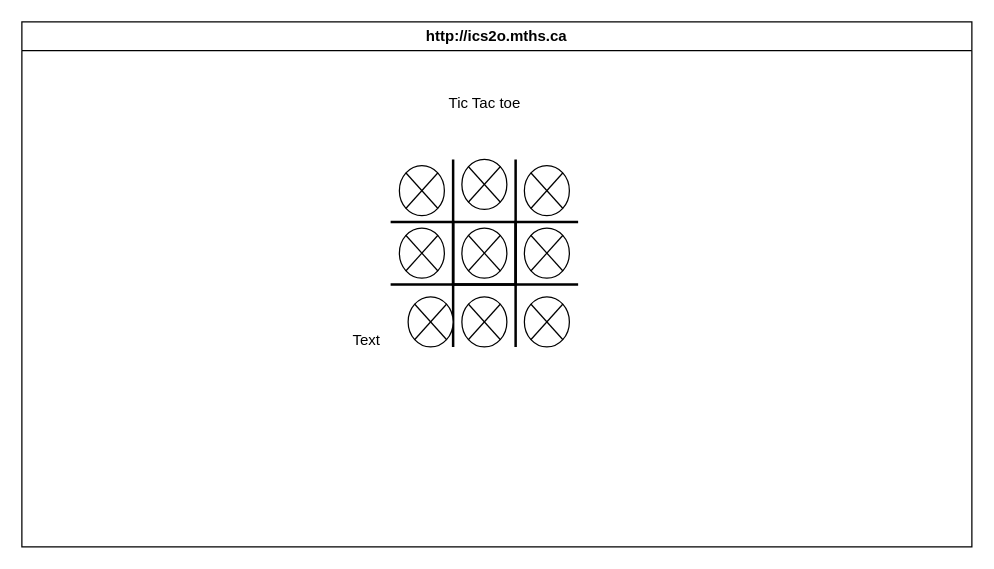
MTHS-ICS2O-2-2022/ICS2O-Final-Project-Group10 keeps this draw.io diagram as page "Page-1" (1 of 2) of design/storyboard.drawio. Above is the earlier version. Source tidied: cells renumbered, new cells numbered last; positions are measured from the earlier drawing's top-left corner, leaving out a move shared by most shapes. Both pictures are drawn from the tidied source at 125%, with x=0, y=0 at pixel (21, 21).
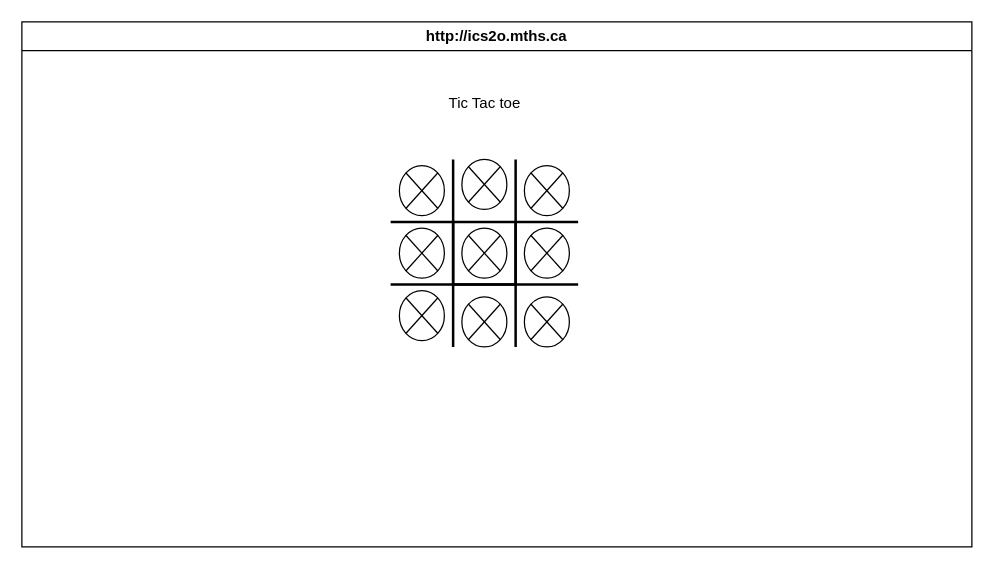
After the change.

Commit message (it also covers changes not shown here):
add flowchart and storyboard change flowchart and storyboard

What changed in the source:
```diff
@@
 <mxGraphModel>
   <root>
     <mxCell id="0" />
     <mxCell id="1" parent="0" />
     <mxCell id="2" value="http://ics2o.mths.ca" style="swimlane;whiteSpace=wrap;html=1;" parent="1" vertex="1">
       <mxGeometry width="760" height="420" as="geometry" />
     </mxCell>
     <mxCell id="3" style="strokeWidth=2;html=1;shape=mxgraph.flowchart.annotation_1;align=left;rotation=-90;" parent="2" vertex="1">
       <mxGeometry x="345" y="110" width="50" height="50" as="geometry" />
     </mxCell>
     <mxCell id="4" style="strokeWidth=2;html=1;shape=mxgraph.flowchart.annotation_1;align=left;rotation=-90;" parent="2" vertex="1">
       <mxGeometry x="345" y="160" width="50" height="50" as="geometry" />
     </mxCell>
     <mxCell id="5" style="strokeWidth=2;html=1;shape=mxgraph.flowchart.annotation_1;align=left;rotation=90;" parent="2" vertex="1">
       <mxGeometry x="345" y="210" width="50" height="50" as="geometry" />
     </mxCell>
     <mxCell id="6" style="strokeWidth=2;html=1;shape=mxgraph.flowchart.annotation_1;align=left;rotation=0;" parent="2" vertex="1">
       <mxGeometry x="395" y="160" width="50" height="50" as="geometry" />
     </mxCell>
     <mxCell id="7" style="strokeWidth=2;html=1;shape=mxgraph.flowchart.annotation_1;align=left;rotation=-180;" parent="2" vertex="1">
       <mxGeometry x="295" y="160" width="50" height="50" as="geometry" />
     </mxCell>
     <mxCell id="8" value="Tic Tac toe" style="text;html=1;align=center;verticalAlign=middle;strokeColor=none;fillColor=none;" parent="2" vertex="1">
       <mxGeometry x="330" y="50" width="80" height="30" as="geometry" />
     </mxCell>
     <mxCell id="9" style="verticalLabelPosition=bottom;verticalAlign=top;html=1;shape=mxgraph.flowchart.or;" parent="2" vertex="1">
       <mxGeometry x="352" y="220" width="36" height="40" as="geometry" />
     </mxCell>
     <mxCell id="10" style="verticalLabelPosition=bottom;verticalAlign=top;html=1;shape=mxgraph.flowchart.or;" parent="2" vertex="1">
       <mxGeometry x="402" y="220" width="36" height="40" as="geometry" />
     </mxCell>
     <mxCell id="11" style="verticalLabelPosition=bottom;verticalAlign=top;html=1;shape=mxgraph.flowchart.or;" parent="2" vertex="1">
-      <mxGeometry x="309" y="220" width="36" height="40" as="geometry" />
+      <mxGeometry x="302" y="215" width="36" height="40" as="geometry" />
     </mxCell>
     <mxCell id="12" style="verticalLabelPosition=bottom;verticalAlign=top;html=1;shape=mxgraph.flowchart.or;" parent="2" vertex="1">
       <mxGeometry x="402" y="165" width="36" height="40" as="geometry" />
     </mxCell>
     <mxCell id="13" style="verticalLabelPosition=bottom;verticalAlign=top;html=1;shape=mxgraph.flowchart.or;" parent="2" vertex="1">
       <mxGeometry x="352" y="165" width="36" height="40" as="geometry" />
     </mxCell>
     <mxCell id="14" style="verticalLabelPosition=bottom;verticalAlign=top;html=1;shape=mxgraph.flowchart.or;" parent="2" vertex="1">
       <mxGeometry x="302" y="165" width="36" height="40" as="geometry" />
     </mxCell>
     <mxCell id="15" style="verticalLabelPosition=bottom;verticalAlign=top;html=1;shape=mxgraph.flowchart.or;" parent="2" vertex="1">
       <mxGeometry x="402" y="115" width="36" height="40" as="geometry" />
     </mxCell>
     <mxCell id="16" style="verticalLabelPosition=bottom;verticalAlign=top;html=1;shape=mxgraph.flowchart.or;" parent="2" vertex="1">
       <mxGeometry x="352" y="110" width="36" height="40" as="geometry" />
     </mxCell>
     <mxCell id="17" style="verticalLabelPosition=bottom;verticalAlign=top;html=1;shape=mxgraph.flowchart.or;" parent="2" vertex="1">
       <mxGeometry x="302" y="115" width="36" height="40" as="geometry" />
     </mxCell>
-    <mxCell id="18" value="Text" style="text;strokeColor=none;align=center;fillColor=none;html=1;verticalAlign=middle;whiteSpace=wrap;rounded=0;" parent="1" vertex="1">
-      <mxGeometry x="246" y="240" width="60" height="30" as="geometry" />
-    </mxCell>
   </root>
 </mxGraphModel>
```
